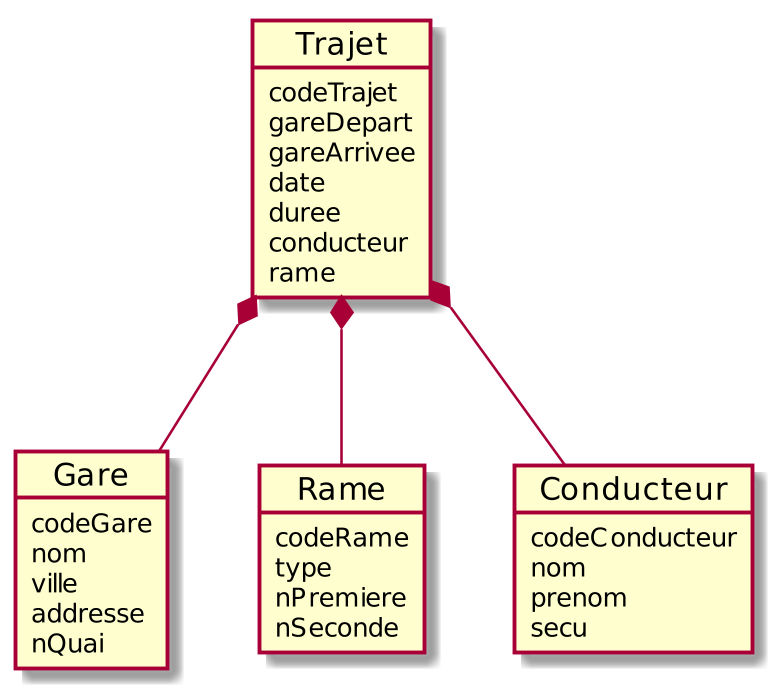
Earlier version of the PlantUML export doc/uml.png (RaoulChartreuse/exo_SNCF). The source it was exported from:
```plantuml
@startuml
scale 800 width

object Gare
Gare : codeGare
Gare : nom
Gare : ville
Gare : addresse
Gare : nQuai

object Rame
Rame : codeRame
Rame : type
Rame : nPremiere
Rame : nSeconde


object Conducteur
Conducteur : codeConducteur
Conducteur : nom
Conducteur : prenom
Conducteur : secu

object Trajet
Trajet : codeTrajet
Trajet : gareDepart
Trajet : gareArrivee
Trajet : date
Trajet : duree
Trajet : conducteur
Trajet : rame


Trajet *-- Gare
Trajet *-- Rame
Trajet *-- Conducteur


@enduml
```
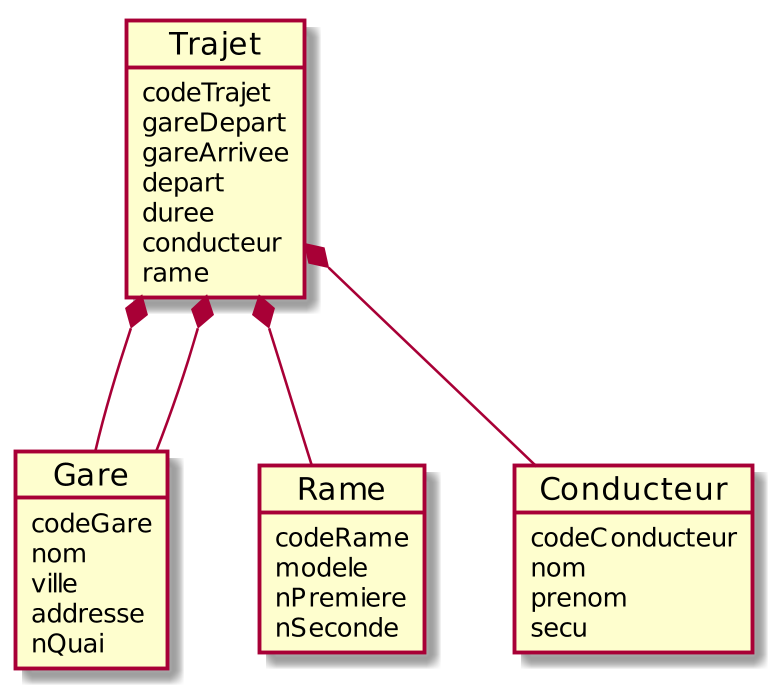
The same diagram one commit later.

The edit, as a diff of the source:
```diff
@@ -10,7 +10,7 @@
 
 object Rame
 Rame : codeRame
-Rame : type
+Rame : modele
 Rame : nPremiere
 Rame : nSeconde
 
@@ -25,13 +25,14 @@
 Trajet : codeTrajet
 Trajet : gareDepart
 Trajet : gareArrivee
-Trajet : date
+Trajet : depart
 Trajet : duree
 Trajet : conducteur
 Trajet : rame
 
 
 Trajet *-- Gare
+Trajet *-- Gare
 Trajet *-- Rame
 Trajet *-- Conducteur
 
```
